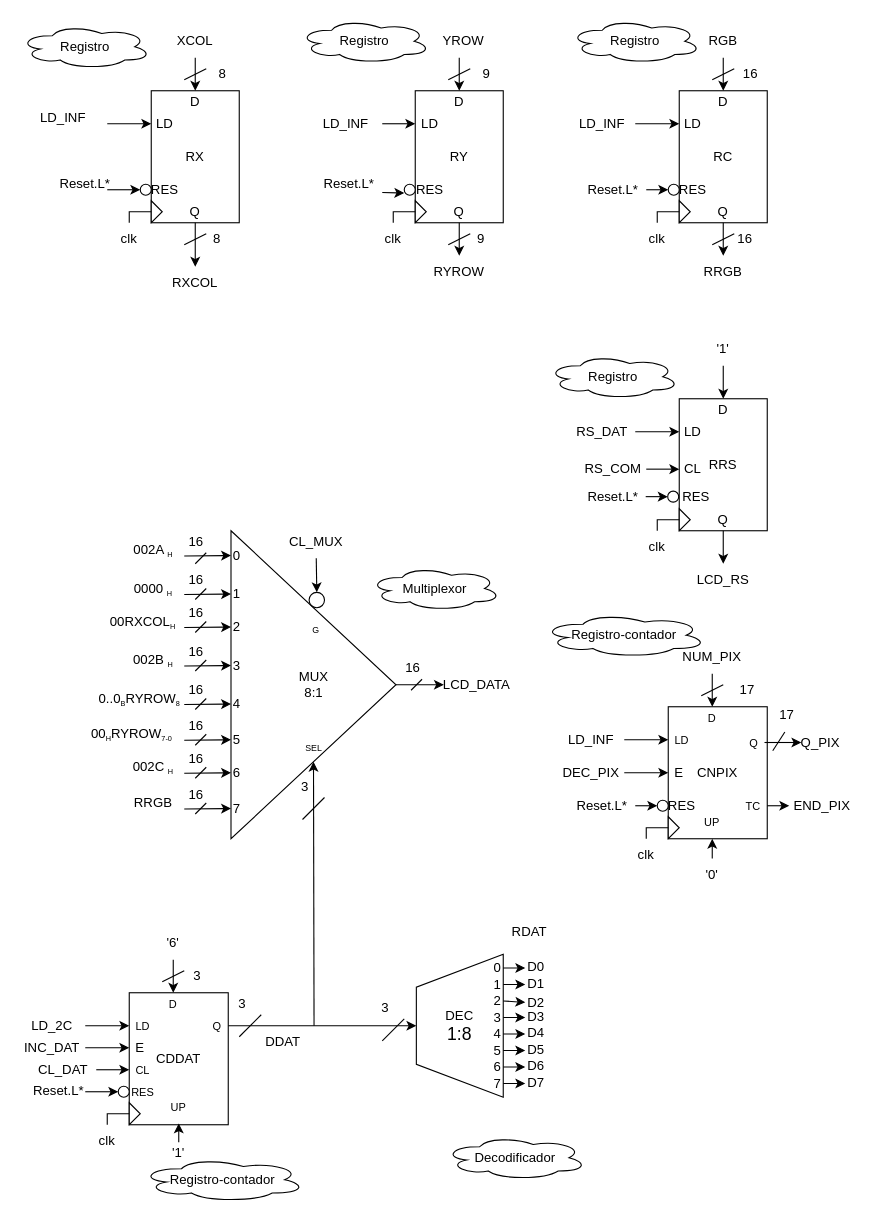
Earlier version of the draw.io diagram page "UP" (2 of 2) of Grupo-C4/Proyecto/Documentación/LCD_CTRL.drawio (AlexAgustin/Grupo-C4). Source tidied: cells renumbered, new cells numbered last; positions are measured from the earlier drawing's top-left corner, leaving out a move shared by most shapes. Both pictures are drawn from the tidied source at 110%, with x=0, y=0 at pixel (19, 19).
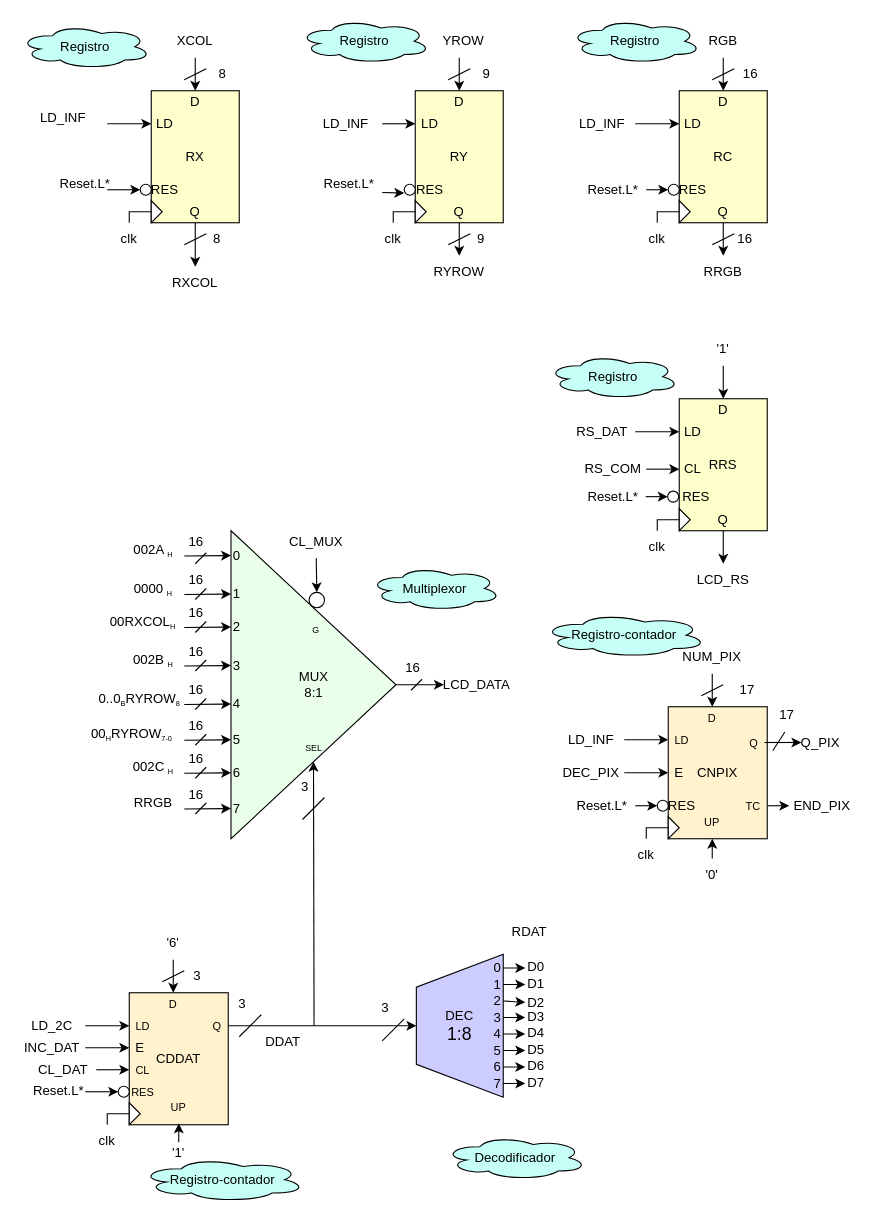
The same diagram, later.

What changed in the source:
```diff
@@
-    <mxCell id="2" value="RX" style="rounded=0;whiteSpace=wrap;html=1;" parent="1" vertex="1">
+    <mxCell id="2" value="RX" style="rounded=0;whiteSpace=wrap;html=1;fillColor=#FFFFCC;" parent="1" vertex="1">
       <mxGeometry x="120" y="65" width="80" height="120" as="geometry" />
     </mxCell>
-    <mxCell id="3" value="RY" style="rounded=0;whiteSpace=wrap;html=1;" parent="1" vertex="1">
+    <mxCell id="3" value="RY" style="rounded=0;whiteSpace=wrap;html=1;fillColor=#FFFFCC;" parent="1" vertex="1">
       <mxGeometry x="360" y="65" width="80" height="120" as="geometry" />
     </mxCell>
-    <mxCell id="4" value="RC" style="rounded=0;whiteSpace=wrap;html=1;" parent="1" vertex="1">
+    <mxCell id="4" value="RC" style="rounded=0;whiteSpace=wrap;html=1;fillColor=#FFFFCC;" parent="1" vertex="1">
       <mxGeometry x="600" y="65" width="80" height="120" as="geometry" />
     </mxCell>
@@
-    <mxCell id="66" value="RRS" style="rounded=0;whiteSpace=wrap;html=1;" parent="1" vertex="1">
+    <mxCell id="66" value="RRS" style="rounded=0;whiteSpace=wrap;html=1;fillColor=#FFFFCC;" parent="1" vertex="1">
       <mxGeometry x="600" y="345" width="80" height="120" as="geometry" />
     </mxCell>
@@
-    <mxCell id="83" value="CNPIX" style="rounded=0;whiteSpace=wrap;html=1;" parent="1" vertex="1">
+    <mxCell id="83" value="CNPIX" style="rounded=0;whiteSpace=wrap;html=1;fillColor=#FFF2CC;" parent="1" vertex="1">
       <mxGeometry x="590" y="625" width="90" height="120" as="geometry" />
     </mxCell>
@@
-    <mxCell id="113" value="CDDAT" style="rounded=0;whiteSpace=wrap;html=1;" parent="1" vertex="1">
+    <mxCell id="113" value="CDDAT" style="rounded=0;whiteSpace=wrap;html=1;fillColor=#FFF2CC;" parent="1" vertex="1">
       <mxGeometry x="100" y="885" width="90" height="120" as="geometry" />
     </mxCell>
@@
-    <mxCell id="139" value="&lt;div&gt;&lt;font style=&quot;font-size: 12px;&quot;&gt;DEC&lt;/font&gt;&lt;/div&gt;&lt;div&gt;&lt;font size=&quot;3&quot;&gt;1:8&lt;br&gt;&lt;/font&gt;&lt;/div&gt;" style="verticalLabelPosition=middle;verticalAlign=middle;html=1;shape=trapezoid;perimeter=trapezoidPerimeter;whiteSpace=wrap;size=0.23;arcSize=10;flipV=1;labelPosition=center;align=center;fontSize=8;direction=north;" parent="1" vertex="1">
+    <mxCell id="139" value="&lt;div&gt;&lt;font style=&quot;font-size: 12px;&quot;&gt;DEC&lt;/font&gt;&lt;/div&gt;&lt;div&gt;&lt;font size=&quot;3&quot;&gt;1:8&lt;br&gt;&lt;/font&gt;&lt;/div&gt;" style="verticalLabelPosition=middle;verticalAlign=middle;html=1;shape=trapezoid;perimeter=trapezoidPerimeter;whiteSpace=wrap;size=0.23;arcSize=10;flipV=1;labelPosition=center;align=center;fontSize=8;direction=north;fillColor=#CCCCFF;" parent="1" vertex="1">
       <mxGeometry x="361" y="850" width="79" height="130" as="geometry" />
     </mxCell>
@@
-    <mxCell id="167" value="&lt;div&gt;MUX&lt;/div&gt;&lt;div&gt;8:1&lt;br&gt;&lt;/div&gt;" style="triangle;whiteSpace=wrap;html=1;fontSize=12;" parent="1" vertex="1">
+    <mxCell id="167" value="&lt;div&gt;MUX&lt;/div&gt;&lt;div&gt;8:1&lt;br&gt;&lt;/div&gt;" style="triangle;whiteSpace=wrap;html=1;fontSize=12;fillColor=#EAFFE9;" parent="1" vertex="1">
       <mxGeometry x="192.5" y="465" width="150" height="280" as="geometry" />
     </mxCell>
@@
-    <mxCell id="210" value="&lt;font style=&quot;font-size: 12px;&quot;&gt;Registro&lt;/font&gt;" style="ellipse;shape=cloud;whiteSpace=wrap;html=1;fontSize=8;" parent="1" vertex="1">
+    <mxCell id="210" value="&lt;font style=&quot;font-size: 12px;&quot;&gt;Registro&lt;/font&gt;" style="ellipse;shape=cloud;whiteSpace=wrap;html=1;fontSize=8;fillColor=#C5FFF5;" parent="1" vertex="1">
       <mxGeometry x="500" width="120" height="40" as="geometry" />
     </mxCell>
-    <mxCell id="211" value="&lt;font style=&quot;font-size: 12px;&quot;&gt;Registro&lt;/font&gt;" style="ellipse;shape=cloud;whiteSpace=wrap;html=1;fontSize=8;" parent="1" vertex="1">
+    <mxCell id="211" value="&lt;font style=&quot;font-size: 12px;&quot;&gt;Registro&lt;/font&gt;" style="ellipse;shape=cloud;whiteSpace=wrap;html=1;fontSize=8;fillColor=#C5FFF5;" parent="1" vertex="1">
       <mxGeometry y="5" width="120" height="40" as="geometry" />
     </mxCell>
-    <mxCell id="212" value="&lt;font style=&quot;font-size: 12px;&quot;&gt;Registro&lt;/font&gt;" style="ellipse;shape=cloud;whiteSpace=wrap;html=1;fontSize=8;" parent="1" vertex="1">
+    <mxCell id="212" value="&lt;font style=&quot;font-size: 12px;&quot;&gt;Registro&lt;/font&gt;" style="ellipse;shape=cloud;whiteSpace=wrap;html=1;fontSize=8;fillColor=#C5FFF5;" parent="1" vertex="1">
       <mxGeometry x="254" width="120" height="40" as="geometry" />
     </mxCell>
-    <mxCell id="213" value="&lt;font style=&quot;font-size: 12px;&quot;&gt;Registro&lt;/font&gt;" style="ellipse;shape=cloud;whiteSpace=wrap;html=1;fontSize=8;" parent="1" vertex="1">
+    <mxCell id="213" value="&lt;font style=&quot;font-size: 12px;&quot;&gt;Registro&lt;/font&gt;" style="ellipse;shape=cloud;whiteSpace=wrap;html=1;fontSize=8;fillColor=#C5FFF5;" parent="1" vertex="1">
       <mxGeometry x="480" y="305" width="120" height="40" as="geometry" />
     </mxCell>
-    <mxCell id="214" value="&lt;font style=&quot;font-size: 12px;&quot;&gt;Registro-contador&lt;/font&gt;" style="ellipse;shape=cloud;whiteSpace=wrap;html=1;fontSize=8;" parent="1" vertex="1">
+    <mxCell id="214" value="&lt;font style=&quot;font-size: 12px;&quot;&gt;Registro-contador&lt;/font&gt;" style="ellipse;shape=cloud;whiteSpace=wrap;html=1;fontSize=8;fillColor=#C5FFF5;" parent="1" vertex="1">
       <mxGeometry x="475" y="540" width="150" height="40" as="geometry" />
     </mxCell>
-    <mxCell id="215" value="&lt;font style=&quot;font-size: 12px;&quot;&gt;Registro-contador&lt;/font&gt;" style="ellipse;shape=cloud;whiteSpace=wrap;html=1;fontSize=8;" parent="1" vertex="1">
+    <mxCell id="215" value="&lt;font style=&quot;font-size: 12px;&quot;&gt;Registro-contador&lt;/font&gt;" style="ellipse;shape=cloud;whiteSpace=wrap;html=1;fontSize=8;fillColor=#C5FFF5;" parent="1" vertex="1">
       <mxGeometry x="110" y="1035" width="150" height="40" as="geometry" />
     </mxCell>
-    <mxCell id="216" value="Decodificador" style="ellipse;shape=cloud;whiteSpace=wrap;html=1;fontSize=12;" parent="1" vertex="1">
+    <mxCell id="216" value="Decodificador" style="ellipse;shape=cloud;whiteSpace=wrap;html=1;fontSize=12;fillColor=#C5FFF5;" parent="1" vertex="1">
       <mxGeometry x="386" y="1015" width="130" height="40" as="geometry" />
     </mxCell>
-    <mxCell id="217" value="Multiplexor" style="ellipse;shape=cloud;whiteSpace=wrap;html=1;fontSize=12;" parent="1" vertex="1">
+    <mxCell id="217" value="Multiplexor" style="ellipse;shape=cloud;whiteSpace=wrap;html=1;fontSize=12;fillColor=#C5FFF5;" parent="1" vertex="1">
       <mxGeometry x="318" y="497.5" width="120" height="40" as="geometry" />
     </mxCell>
```
